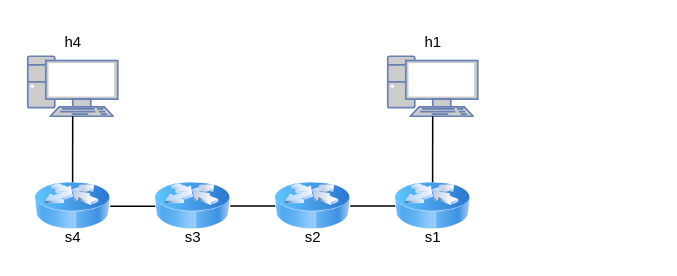
alsadiamir/p4Thesis2021 keeps this draw.io diagram as page "ONMTopo" (2 of 3) of misc/publication.drawio. Above is the earlier version. Source tidied: cells renumbered, new cells numbered last; positions are measured from the earlier drawing's top-left corner, leaving out a move shared by most shapes. Both pictures are drawn from the tidied source at 150%, with x=0, y=0 at pixel (27, 26).
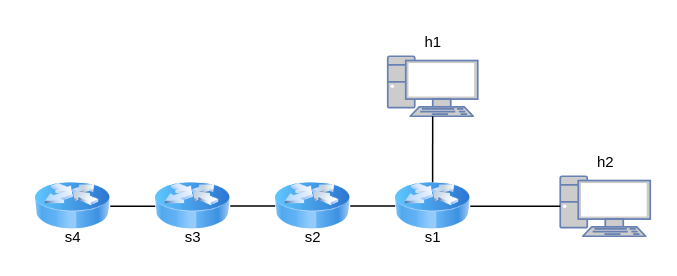
Above is the later version.

Unchanged cells that the change refers to:
```xml
<mxCell id="5" style="image;html=1;image=img/lib/clip_art/networking/Router_Icon_128x128.png;" parent="1" vertex="1">
  <mxGeometry x="245" y="100" width="50" height="40" as="geometry" />
</mxCell>
```

What changed in the source:
```diff
@@
     <mxCell id="9" style="fontColor=#0066CC;verticalAlign=top;verticalLabelPosition=bottom;labelPosition=center;align=center;html=1;outlineConnect=0;fillColor=#CCCCCC;strokeColor=#6881B3;gradientColor=none;gradientDirection=north;strokeWidth=2;shape=mxgraph.networks.pc;" parent="1" vertex="1">
-      <mxGeometry y="20" width="60" height="40" as="geometry" />
+      <mxGeometry x="355" y="100" width="60" height="40" as="geometry" />
     </mxCell>
-    <mxCell id="10" style="endArrow=none;html=1;rounded=0;" parent="1" edge="1" target="9">
-      <mxGeometry relative="1" as="geometry">
-        <mxPoint x="29.9" y="104" as="sourcePoint" />
-      </mxGeometry>
+    <mxCell id="10" style="endArrow=none;html=1;rounded=0;exitX=1;exitY=0.5;exitDx=0;exitDy=0;" parent="1" edge="1" source="5" target="9">
+      <mxGeometry relative="1" as="geometry" />
     </mxCell>
@@
-    <mxCell id="14" value="&lt;font style=&quot;font-size: 10px&quot;&gt;h4&lt;/font&gt;" style="text;html=1;align=center;verticalAlign=middle;strokeColor=none;fillColor=none;" parent="1" vertex="1">
-      <mxGeometry x="15" width="30" height="20" as="geometry" />
+    <mxCell id="14" value="&lt;font style=&quot;font-size: 10px&quot;&gt;h2&lt;/font&gt;" style="text;html=1;align=center;verticalAlign=middle;strokeColor=none;fillColor=none;" parent="1" vertex="1">
+      <mxGeometry x="370" y="80" width="30" height="20" as="geometry" />
     </mxCell>
```
